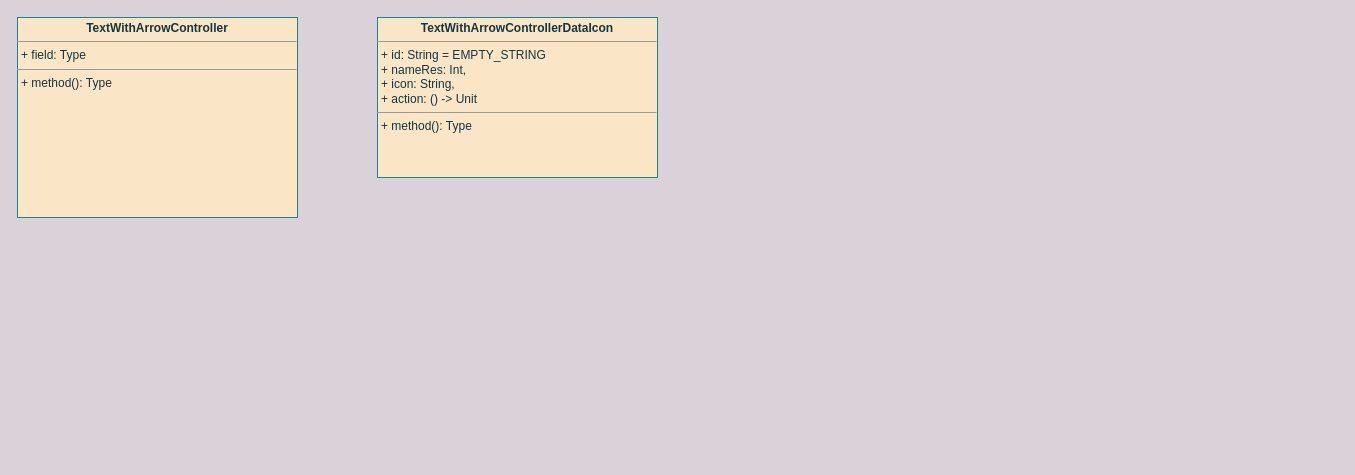
Earlier version of the draw.io diagram UNI-16876.drawio (ShiryaevNikolay/diagrams). Source tidied: cells renumbered, new cells numbered last; positions are measured from the earlier drawing's top-left corner, leaving out a move shared by most shapes. Both pictures are drawn from the tidied source at 100%, with x=0, y=0 at pixel (17, 17).
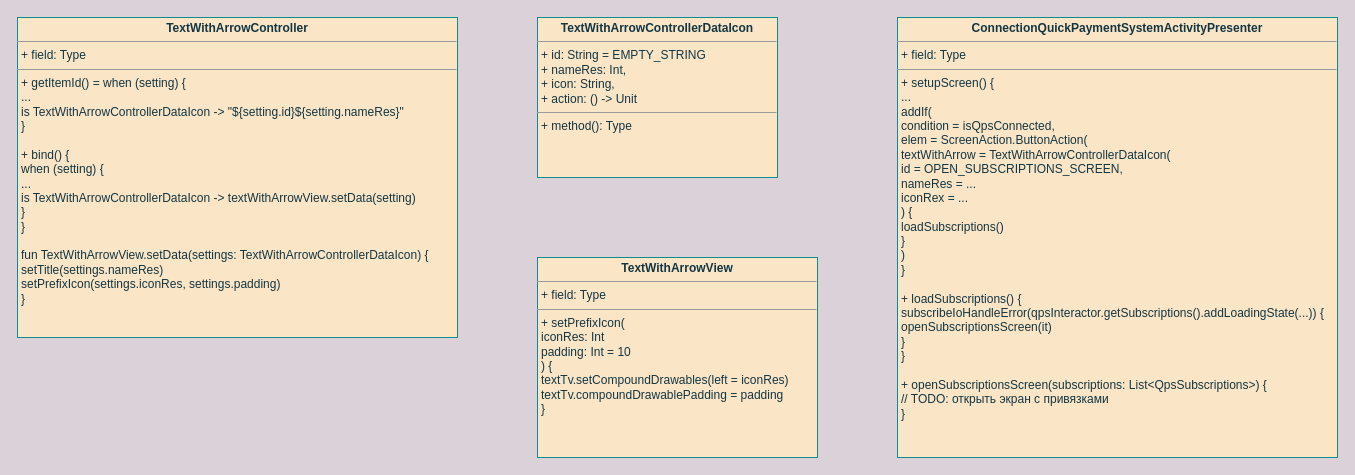
The same diagram, later.

What changed in the source:
```diff
@@
 <mxGraphModel background="#DAD2D8">
   <root>
     <mxCell id="0" />
     <mxCell id="1" parent="0" />
-    <mxCell id="2" value="&lt;p style=&quot;margin:0px;margin-top:4px;text-align:center;&quot;&gt;&lt;b&gt;TextWithArrowController&lt;/b&gt;&lt;/p&gt;&lt;hr size=&quot;1&quot;&gt;&lt;p style=&quot;margin:0px;margin-left:4px;&quot;&gt;+ field: Type&lt;/p&gt;&lt;hr size=&quot;1&quot;&gt;&lt;p style=&quot;margin:0px;margin-left:4px;&quot;&gt;+ method(): Type&lt;/p&gt;" style="verticalAlign=top;align=left;overflow=fill;fontSize=12;fontFamily=Helvetica;html=1;rounded=0;sketch=0;fontColor=#143642;strokeColor=#0F8B8D;fillColor=#FAE5C7;" parent="1" vertex="1">
-      <mxGeometry width="280" height="200" as="geometry" />
+    <mxCell id="2" value="&lt;p style=&quot;margin:0px;margin-top:4px;text-align:center;&quot;&gt;&lt;b&gt;TextWithArrowController&lt;/b&gt;&lt;/p&gt;&lt;hr size=&quot;1&quot;&gt;&lt;p style=&quot;margin:0px;margin-left:4px;&quot;&gt;+ field: Type&lt;/p&gt;&lt;hr size=&quot;1&quot;&gt;&lt;p style=&quot;margin:0px;margin-left:4px;&quot;&gt;+ getItemId() = when (setting) {&lt;/p&gt;&lt;p style=&quot;margin:0px;margin-left:4px;&quot;&gt;...&lt;/p&gt;&lt;p style=&quot;margin:0px;margin-left:4px;&quot;&gt;is TextWithArrowControllerDataIcon -&amp;gt; &quot;${setting.id}${setting.nameRes}&quot;&lt;br&gt;&lt;/p&gt;&lt;p style=&quot;margin:0px;margin-left:4px;&quot;&gt;}&lt;/p&gt;&lt;p style=&quot;margin:0px;margin-left:4px;&quot;&gt;&lt;br&gt;&lt;/p&gt;&lt;p style=&quot;margin:0px;margin-left:4px;&quot;&gt;+ bind() {&lt;/p&gt;&lt;p style=&quot;margin:0px;margin-left:4px;&quot;&gt;when (setting) {&lt;/p&gt;&lt;p style=&quot;margin:0px;margin-left:4px;&quot;&gt;...&lt;/p&gt;&lt;p style=&quot;margin:0px;margin-left:4px;&quot;&gt;is TextWithArrowControllerDataIcon -&amp;gt; textWithArrowView.setData(setting)&lt;br&gt;&lt;/p&gt;&lt;p style=&quot;margin:0px;margin-left:4px;&quot;&gt;}&lt;br&gt;&lt;/p&gt;&lt;p style=&quot;margin:0px;margin-left:4px;&quot;&gt;}&lt;/p&gt;&lt;p style=&quot;margin:0px;margin-left:4px;&quot;&gt;&lt;br&gt;&lt;/p&gt;&lt;p style=&quot;margin:0px;margin-left:4px;&quot;&gt;fun TextWithArrowView.setData(settings: TextWithArrowControllerDataIcon) {&lt;/p&gt;&lt;p style=&quot;margin:0px;margin-left:4px;&quot;&gt;setTitle(settings.nameRes)&lt;/p&gt;&lt;p style=&quot;margin:0px;margin-left:4px;&quot;&gt;setPrefixIcon(settings.iconRes, settings.padding)&lt;br&gt;&lt;/p&gt;&lt;p style=&quot;margin:0px;margin-left:4px;&quot;&gt;}&lt;br&gt;&lt;/p&gt;" style="verticalAlign=top;align=left;overflow=fill;fontSize=12;fontFamily=Helvetica;html=1;rounded=0;sketch=0;fontColor=#143642;strokeColor=#0F8B8D;fillColor=#FAE5C7;" parent="1" vertex="1">
+      <mxGeometry width="440" height="320" as="geometry" />
     </mxCell>
     <mxCell id="3" value="&lt;p style=&quot;margin:0px;margin-top:4px;text-align:center;&quot;&gt;&lt;b&gt;TextWithArrowControllerDataIcon&lt;/b&gt;&lt;/p&gt;&lt;hr size=&quot;1&quot;&gt;&lt;p style=&quot;margin:0px;margin-left:4px;&quot;&gt;+ id: String = EMPTY_STRING&lt;/p&gt;&lt;p style=&quot;margin:0px;margin-left:4px;&quot;&gt;+ nameRes: Int,&lt;/p&gt;&lt;p style=&quot;margin:0px;margin-left:4px;&quot;&gt;+ icon: String,&lt;/p&gt;&lt;p style=&quot;margin:0px;margin-left:4px;&quot;&gt;+ action: () -&amp;gt; Unit&lt;br&gt;&lt;/p&gt;&lt;hr size=&quot;1&quot;&gt;&lt;p style=&quot;margin:0px;margin-left:4px;&quot;&gt;+ method(): Type&lt;/p&gt;" style="verticalAlign=top;align=left;overflow=fill;fontSize=12;fontFamily=Helvetica;html=1;rounded=0;sketch=0;fontColor=#143642;strokeColor=#0F8B8D;fillColor=#FAE5C7;" parent="1" vertex="1">
-      <mxGeometry x="360" width="280" height="160" as="geometry" />
+      <mxGeometry x="520" width="240" height="160" as="geometry" />
     </mxCell>
+    <mxCell id="4" value="&lt;p style=&quot;margin:0px;margin-top:4px;text-align:center;&quot;&gt;&lt;b&gt;TextWithArrowView&lt;/b&gt;&lt;/p&gt;&lt;hr size=&quot;1&quot;&gt;&lt;p style=&quot;margin:0px;margin-left:4px;&quot;&gt;+ field: Type&lt;/p&gt;&lt;hr size=&quot;1&quot;&gt;&lt;p style=&quot;margin:0px;margin-left:4px;&quot;&gt;+ setPrefixIcon(&lt;/p&gt;&lt;p style=&quot;margin:0px;margin-left:4px;&quot;&gt;iconRes: Int&lt;/p&gt;&lt;p style=&quot;margin:0px;margin-left:4px;&quot;&gt;padding: Int = 10&lt;br&gt;&lt;/p&gt;&lt;p style=&quot;margin:0px;margin-left:4px;&quot;&gt;) {&lt;/p&gt;&lt;p style=&quot;margin:0px;margin-left:4px;&quot;&gt;textTv.setCompoundDrawables(left = iconRes)&lt;/p&gt;&lt;p style=&quot;margin:0px;margin-left:4px;&quot;&gt;textTv.compoundDrawablePadding = padding&lt;br&gt;&lt;/p&gt;&lt;p style=&quot;margin:0px;margin-left:4px;&quot;&gt;}&lt;br&gt;&lt;/p&gt;" style="verticalAlign=top;align=left;overflow=fill;fontSize=12;fontFamily=Helvetica;html=1;rounded=0;sketch=0;fontColor=#143642;strokeColor=#0F8B8D;fillColor=#FAE5C7;" parent="1" vertex="1">
+      <mxGeometry x="520" y="240" width="280" height="200" as="geometry" />
+    </mxCell>
+    <mxCell id="5" value="&lt;p style=&quot;margin:0px;margin-top:4px;text-align:center;&quot;&gt;&lt;b&gt;ConnectionQuickPaymentSystemActivityPresenter&lt;/b&gt;&lt;/p&gt;&lt;hr size=&quot;1&quot;&gt;&lt;p style=&quot;margin:0px;margin-left:4px;&quot;&gt;+ field: Type&lt;/p&gt;&lt;hr size=&quot;1&quot;&gt;&lt;p style=&quot;margin:0px;margin-left:4px;&quot;&gt;+ setupScreen() {&lt;/p&gt;&lt;p style=&quot;margin:0px;margin-left:4px;&quot;&gt;...&lt;/p&gt;&lt;p style=&quot;margin:0px;margin-left:4px;&quot;&gt;addIf(&lt;/p&gt;&lt;p style=&quot;margin:0px;margin-left:4px;&quot;&gt;condition = isQpsConnected,&lt;/p&gt;&lt;p style=&quot;margin:0px;margin-left:4px;&quot;&gt;elem = ScreenAction.ButtonAction(&lt;/p&gt;&lt;p style=&quot;margin:0px;margin-left:4px;&quot;&gt;textWithArrow = TextWithArrowControllerDataIcon(&lt;/p&gt;&lt;p style=&quot;margin:0px;margin-left:4px;&quot;&gt;id = OPEN_SUBSCRIPTIONS_SCREEN,&lt;/p&gt;&lt;p style=&quot;margin:0px;margin-left:4px;&quot;&gt;nameRes = ...&lt;/p&gt;&lt;p style=&quot;margin:0px;margin-left:4px;&quot;&gt;iconRex = ...&lt;br&gt;&lt;/p&gt;&lt;p style=&quot;margin:0px;margin-left:4px;&quot;&gt;) {&lt;/p&gt;&lt;p style=&quot;margin:0px;margin-left:4px;&quot;&gt;loadSubscriptions()&lt;br&gt;&lt;/p&gt;&lt;p style=&quot;margin:0px;margin-left:4px;&quot;&gt;}&lt;br&gt;&lt;/p&gt;&lt;p style=&quot;margin:0px;margin-left:4px;&quot;&gt;)&lt;br&gt;&lt;/p&gt;&lt;p style=&quot;margin:0px;margin-left:4px;&quot;&gt;}&lt;/p&gt;&lt;p style=&quot;margin:0px;margin-left:4px;&quot;&gt;&lt;br&gt;&lt;/p&gt;&lt;p style=&quot;margin:0px;margin-left:4px;&quot;&gt;+ loadSubscriptions() {&lt;/p&gt;&lt;p style=&quot;margin:0px;margin-left:4px;&quot;&gt;subscribeIoHandleError(qpsInteractor.getSubscriptions().addLoadingState(...)) {&lt;/p&gt;&lt;p style=&quot;margin:0px;margin-left:4px;&quot;&gt;openSubscriptionsScreen(it)&lt;br&gt;&lt;/p&gt;&lt;p style=&quot;margin:0px;margin-left:4px;&quot;&gt;}&lt;br&gt;&lt;/p&gt;&lt;p style=&quot;margin:0px;margin-left:4px;&quot;&gt;}&lt;/p&gt;&lt;p style=&quot;margin:0px;margin-left:4px;&quot;&gt;&lt;br&gt;&lt;/p&gt;&lt;p style=&quot;margin:0px;margin-left:4px;&quot;&gt;+ openSubscriptionsScreen(subscriptions: List&amp;lt;QpsSubscriptions&amp;gt;) {&lt;/p&gt;&lt;p style=&quot;margin:0px;margin-left:4px;&quot;&gt;// TODO: открыть экран с привязками&lt;br&gt;&lt;/p&gt;&lt;p style=&quot;margin:0px;margin-left:4px;&quot;&gt;}&lt;br&gt;&lt;/p&gt;" style="verticalAlign=top;align=left;overflow=fill;fontSize=12;fontFamily=Helvetica;html=1;rounded=0;sketch=0;fontColor=#143642;strokeColor=#0F8B8D;fillColor=#FAE5C7;" parent="1" vertex="1">
+      <mxGeometry x="880" width="440" height="440" as="geometry" />
+    </mxCell>
   </root>
 </mxGraphModel>
```
